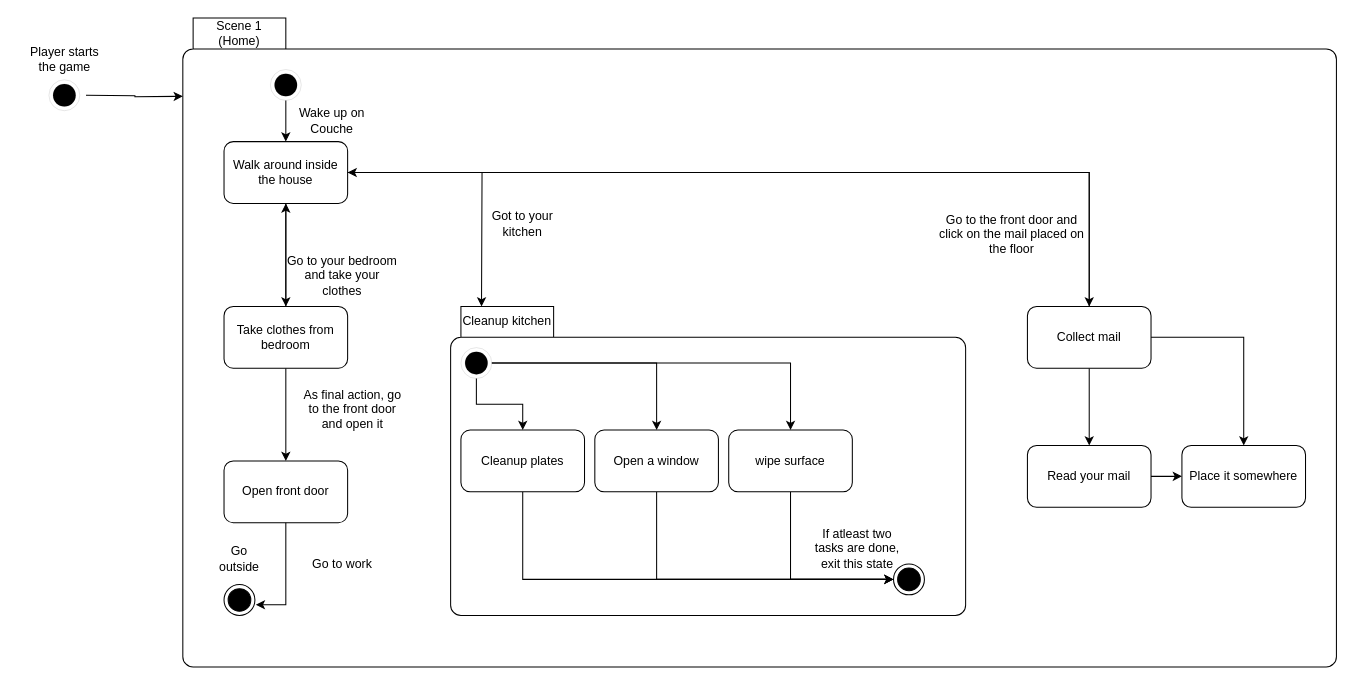
Above: Diagrams/StateMachineScene1.drawio in FischkopDev/Game-development-AP-Uni-Heidelberg (draw.io), before the change. Source tidied: cells renumbered, new cells numbered last; positions are measured from the earlier drawing's top-left corner, leaving out a move shared by most shapes. Both pictures are drawn from the tidied source at 103%, with x=0, y=0 at pixel (18, 18).
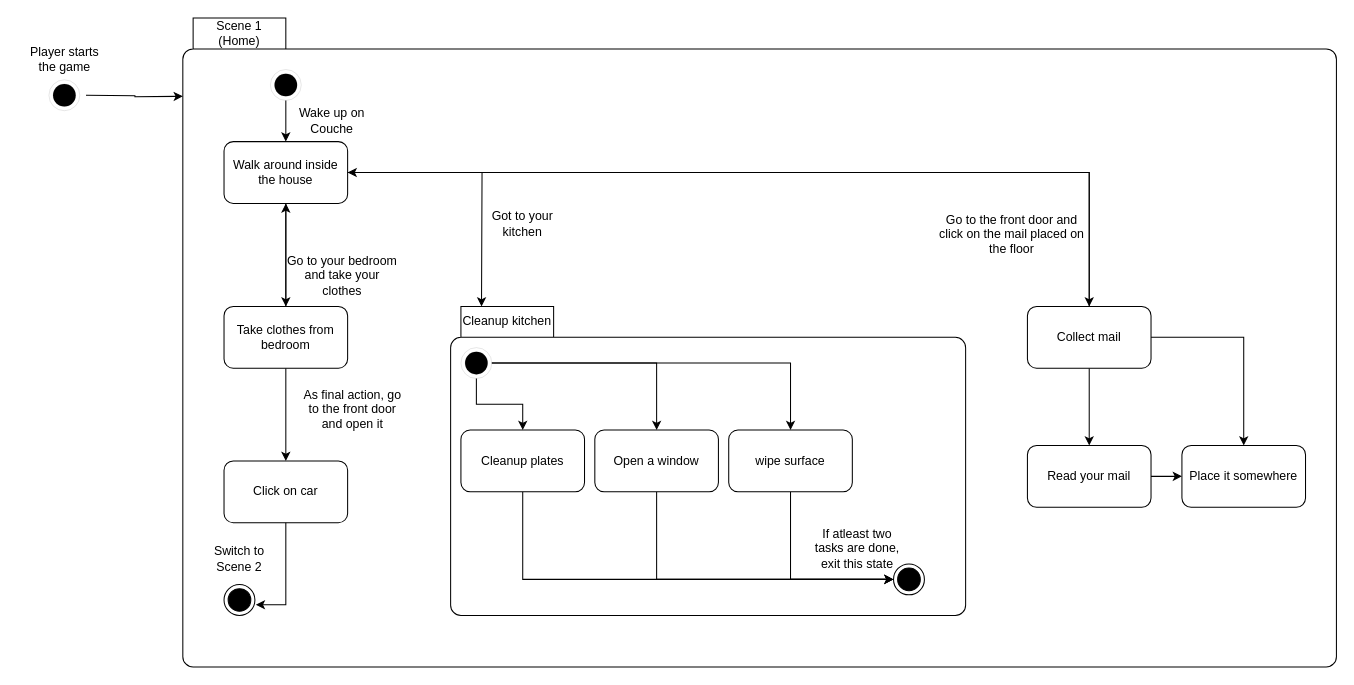
Above is the later version.

Commit message (it also covers changes not shown here):
State machine diagram for Scene 1-3

Change to the diagram source:
```diff
@@
-    <mxCell id="17" value="Go outside" style="text;html=1;align=center;verticalAlign=middle;whiteSpace=wrap;rounded=0;" parent="1" vertex="1">
+    <mxCell id="17" value="Switch to Scene 2" style="text;html=1;align=center;verticalAlign=middle;whiteSpace=wrap;rounded=0;" parent="1" vertex="1">
       <mxGeometry x="185" y="510" width="60" height="30" as="geometry" />
     </mxCell>
@@
-    <mxCell id="42" value="Open front door" style="rounded=1;whiteSpace=wrap;html=1;" parent="1" vertex="1">
+    <mxCell id="42" value="Click on car" style="rounded=1;whiteSpace=wrap;html=1;" parent="1" vertex="1">
       <mxGeometry x="200" y="430" width="120" height="60" as="geometry" />
     </mxCell>
@@
-    <mxCell id="44" value="Go to work" style="text;html=1;align=center;verticalAlign=middle;whiteSpace=wrap;rounded=0;" parent="1" vertex="1">
-      <mxGeometry x="260" y="510" width="110" height="40" as="geometry" />
-    </mxCell>
```
